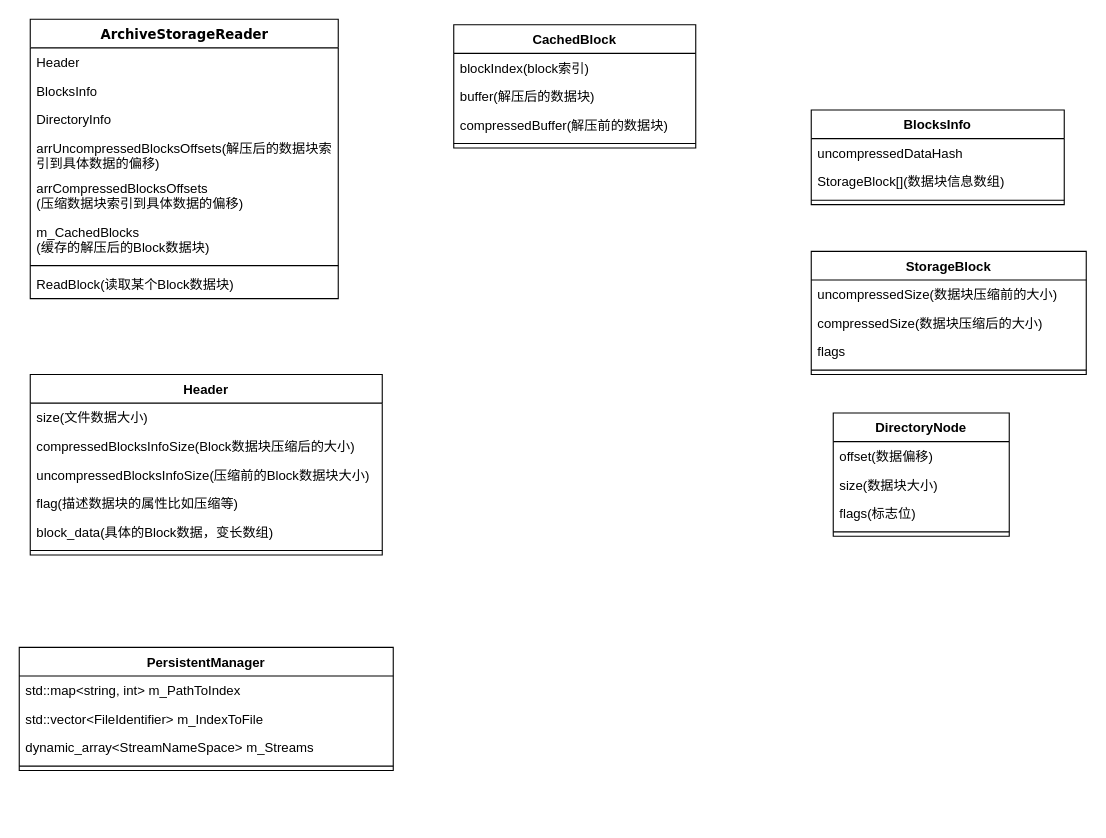
The draw.io diagram Untitled Diagram.drawio in houxuanfelix/FelixCode, before the edit. Source tidied: cells renumbered, new cells numbered last; positions are measured from the earlier drawing's top-left corner, leaving out a move shared by most shapes. Both pictures are drawn from the tidied source at 110%, with x=0, y=0 at pixel (19, 19).
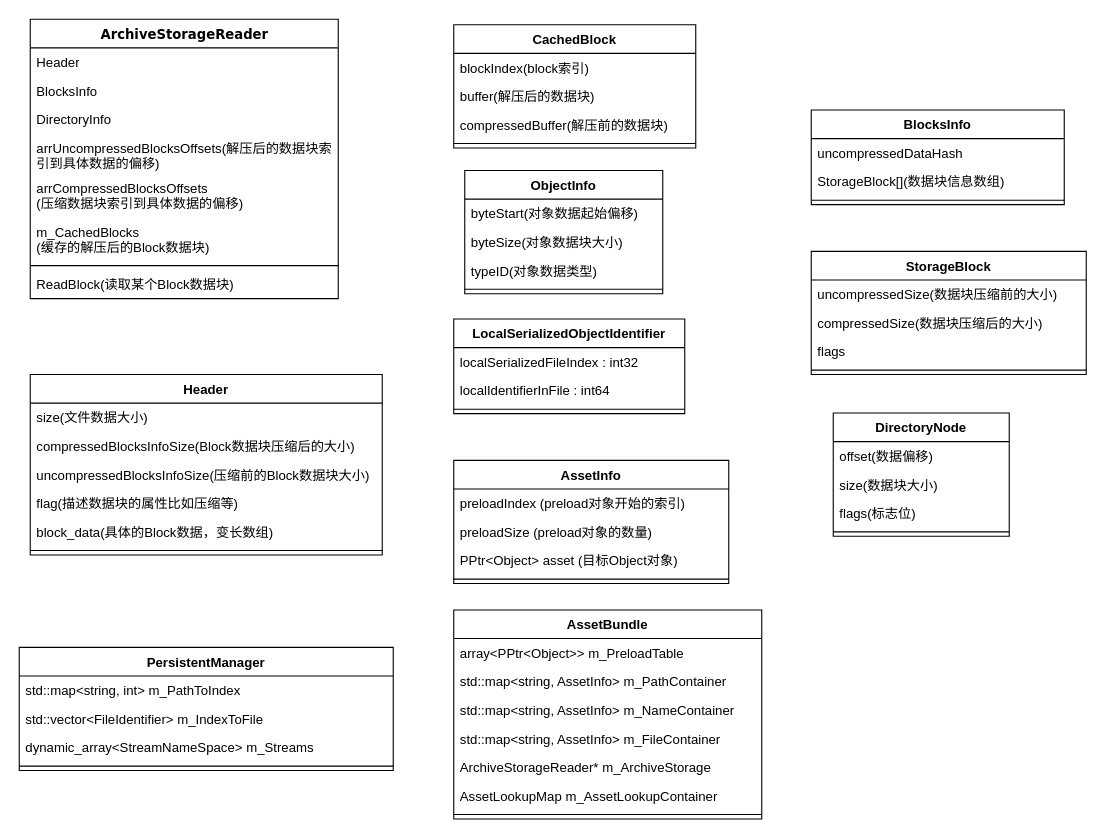
Above is the later version.

Change to the diagram source:
```diff
@@
+    <mxCell id="42" value="ObjectInfo" style="swimlane;fontStyle=1;align=center;verticalAlign=top;horizontal=1;startSize=26;" parent="1" vertex="1">
+      <mxGeometry x="405" y="137.5" width="180" height="112" as="geometry" />
+    </mxCell>
+    <mxCell id="43" value="byteStart(对象数据起始偏移)&#10;" style="text;strokeColor=none;fillColor=none;align=left;verticalAlign=top;spacingLeft=4;spacingRight=4;overflow=hidden;" parent="42" vertex="1">
+      <mxGeometry y="26" width="180" height="26" as="geometry" />
+    </mxCell>
+    <mxCell id="44" value="byteSize(对象数据块大小)" style="text;strokeColor=none;fillColor=none;align=left;verticalAlign=top;spacingLeft=4;spacingRight=4;overflow=hidden;" parent="42" vertex="1">
+      <mxGeometry y="52" width="180" height="26" as="geometry" />
+    </mxCell>
+    <mxCell id="45" value="typeID(对象数据类型)" style="text;strokeColor=none;fillColor=none;align=left;verticalAlign=top;spacingLeft=4;spacingRight=4;overflow=hidden;" parent="42" vertex="1">
+      <mxGeometry y="78" width="180" height="26" as="geometry" />
+    </mxCell>
+    <mxCell id="46" style="line;strokeWidth=1;fillColor=none;align=left;verticalAlign=middle;spacingTop=-1;spacingLeft=3;spacingRight=3;labelPosition=right;" parent="42" vertex="1">
+      <mxGeometry y="104" width="180" height="8" as="geometry" />
+    </mxCell>
+    <mxCell id="47" value="LocalSerializedObjectIdentifier" style="swimlane;fontStyle=1;align=center;verticalAlign=top;horizontal=1;startSize=26;" parent="1" vertex="1">
+      <mxGeometry x="395" y="272.5" width="210" height="86" as="geometry" />
+    </mxCell>
+    <mxCell id="48" value="localSerializedFileIndex : int32" style="text;strokeColor=none;fillColor=none;align=left;verticalAlign=top;spacingLeft=4;spacingRight=4;overflow=hidden;" parent="47" vertex="1">
+      <mxGeometry y="26" width="210" height="26" as="geometry" />
+    </mxCell>
+    <mxCell id="49" value="localIdentifierInFile : int64" style="text;strokeColor=none;fillColor=none;align=left;verticalAlign=top;spacingLeft=4;spacingRight=4;overflow=hidden;" parent="47" vertex="1">
+      <mxGeometry y="52" width="210" height="26" as="geometry" />
+    </mxCell>
+    <mxCell id="50" style="line;strokeWidth=1;fillColor=none;align=left;verticalAlign=middle;spacingTop=-1;spacingLeft=3;spacingRight=3;labelPosition=right;" parent="47" vertex="1">
+      <mxGeometry y="78" width="210" height="8" as="geometry" />
+    </mxCell>
+    <mxCell id="51" value="AssetInfo" style="swimlane;fontStyle=1;align=center;verticalAlign=top;horizontal=1;startSize=26;" parent="1" vertex="1">
+      <mxGeometry x="395" y="401" width="250" height="112" as="geometry" />
+    </mxCell>
+    <mxCell id="52" value="preloadIndex (preload对象开始的索引)" style="text;strokeColor=none;fillColor=none;align=left;verticalAlign=top;spacingLeft=4;spacingRight=4;overflow=hidden;" parent="51" vertex="1">
+      <mxGeometry y="26" width="250" height="26" as="geometry" />
+    </mxCell>
+    <mxCell id="53" value="preloadSize (preload对象的数量)" style="text;strokeColor=none;fillColor=none;align=left;verticalAlign=top;spacingLeft=4;spacingRight=4;overflow=hidden;" parent="51" vertex="1">
+      <mxGeometry y="52" width="250" height="26" as="geometry" />
+    </mxCell>
+    <mxCell id="54" value="PPtr&lt;Object&gt; asset (目标Object对象)" style="text;strokeColor=none;fillColor=none;align=left;verticalAlign=top;spacingLeft=4;spacingRight=4;overflow=hidden;" parent="51" vertex="1">
+      <mxGeometry y="78" width="250" height="26" as="geometry" />
+    </mxCell>
+    <mxCell id="55" style="line;strokeWidth=1;fillColor=none;align=left;verticalAlign=middle;spacingTop=-1;spacingLeft=3;spacingRight=3;labelPosition=right;" parent="51" vertex="1">
+      <mxGeometry y="104" width="250" height="8" as="geometry" />
+    </mxCell>
+    <mxCell id="56" value="AssetBundle" style="swimlane;fontStyle=1;align=center;verticalAlign=top;horizontal=1;startSize=26;" parent="1" vertex="1">
+      <mxGeometry x="395" y="537" width="280" height="190" as="geometry" />
+    </mxCell>
+    <mxCell id="57" value="array&lt;PPtr&lt;Object&gt;&gt; m_PreloadTable" style="text;strokeColor=none;fillColor=none;align=left;verticalAlign=top;spacingLeft=4;spacingRight=4;overflow=hidden;" parent="56" vertex="1">
+      <mxGeometry y="26" width="280" height="26" as="geometry" />
+    </mxCell>
+    <mxCell id="58" value="std::map&lt;string, AssetInfo&gt; m_PathContainer" style="text;strokeColor=none;fillColor=none;align=left;verticalAlign=top;spacingLeft=4;spacingRight=4;overflow=hidden;" parent="56" vertex="1">
+      <mxGeometry y="52" width="280" height="26" as="geometry" />
+    </mxCell>
+    <mxCell id="59" value="std::map&lt;string, AssetInfo&gt; m_NameContainer" style="text;strokeColor=none;fillColor=none;align=left;verticalAlign=top;spacingLeft=4;spacingRight=4;overflow=hidden;" parent="56" vertex="1">
+      <mxGeometry y="78" width="280" height="26" as="geometry" />
+    </mxCell>
+    <mxCell id="60" value="std::map&lt;string, AssetInfo&gt; m_FileContainer" style="text;strokeColor=none;fillColor=none;align=left;verticalAlign=top;spacingLeft=4;spacingRight=4;overflow=hidden;" parent="56" vertex="1">
+      <mxGeometry y="104" width="280" height="26" as="geometry" />
+    </mxCell>
+    <mxCell id="61" value="ArchiveStorageReader* m_ArchiveStorage" style="text;strokeColor=none;fillColor=none;align=left;verticalAlign=top;spacingLeft=4;spacingRight=4;overflow=hidden;" parent="56" vertex="1">
+      <mxGeometry y="130" width="280" height="26" as="geometry" />
+    </mxCell>
+    <mxCell id="62" value="AssetLookupMap m_AssetLookupContainer" style="text;strokeColor=none;fillColor=none;align=left;verticalAlign=top;spacingLeft=4;spacingRight=4;overflow=hidden;" parent="56" vertex="1">
+      <mxGeometry y="156" width="280" height="26" as="geometry" />
+    </mxCell>
+    <mxCell id="63" style="line;strokeWidth=1;fillColor=none;align=left;verticalAlign=middle;spacingTop=-1;spacingLeft=3;spacingRight=3;labelPosition=right;" parent="56" vertex="1">
+      <mxGeometry y="182" width="280" height="8" as="geometry" />
+    </mxCell>
```
